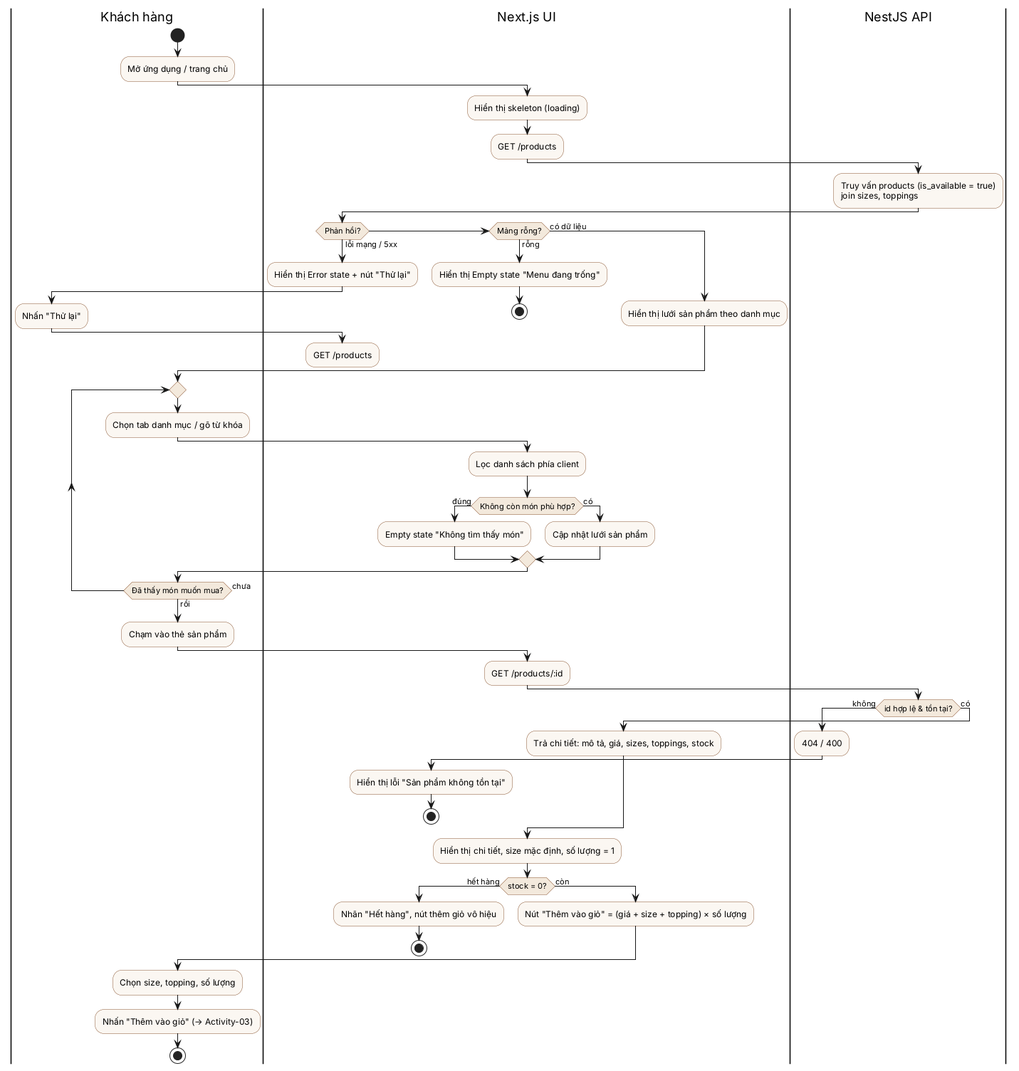
LHTCoder/brewlite keeps this PlantUML diagram as docs/diagrams/activity-menu.png. Above is the earlier version. Its diagram source:
```plantuml
@startuml activity-menu
skinparam ActivityBackgroundColor #FBF7F2
skinparam ActivityBorderColor #8A5733
skinparam ActivityDiamondBackgroundColor #F3E9DC

|Khách hàng|
start
:Mở ứng dụng / trang chủ;
|Next.js UI|
:Hiển thị skeleton (loading);
:GET /products;
|NestJS API|
:Truy vấn products (is_available = true)
join sizes, toppings;
|Next.js UI|
if (Phản hồi?) then (lỗi mạng / 5xx)
  :Hiển thị Error state + nút "Thử lại";
  |Khách hàng|
  :Nhấn "Thử lại";
  |Next.js UI|
  :GET /products;
  detach
elseif (Mảng rỗng?) then (rỗng)
  :Hiển thị Empty state "Menu đang trống";
  stop
else (có dữ liệu)
  :Hiển thị lưới sản phẩm theo danh mục;
endif

|Khách hàng|
repeat
  :Chọn tab danh mục / gõ từ khóa;
  |Next.js UI|
  :Lọc danh sách phía client;
  if (Không còn món phù hợp?) then (đúng)
    :Empty state "Không tìm thấy món";
  else (có)
    :Cập nhật lưới sản phẩm;
  endif
  |Khách hàng|
repeat while (Đã thấy món muốn mua?) is (chưa) not (rồi)

:Chạm vào thẻ sản phẩm;
|Next.js UI|
:GET /products/:id;
|NestJS API|
if (id hợp lệ & tồn tại?) then (không)
  :404 / 400;
  |Next.js UI|
  :Hiển thị lỗi "Sản phẩm không tồn tại";
  stop
else (có)
  :Trả chi tiết: mô tả, giá, sizes, toppings, stock;
endif
|Next.js UI|
:Hiển thị chi tiết, size mặc định, số lượng = 1;
if (stock = 0?) then (hết hàng)
  :Nhãn "Hết hàng", nút thêm giỏ vô hiệu;
  stop
else (còn)
  :Nút "Thêm vào giỏ" = (giá + size + topping) × số lượng;
endif
|Khách hàng|
:Chọn size, topping, số lượng;
:Nhấn "Thêm vào giỏ" (→ Activity-03);
stop
@enduml
```
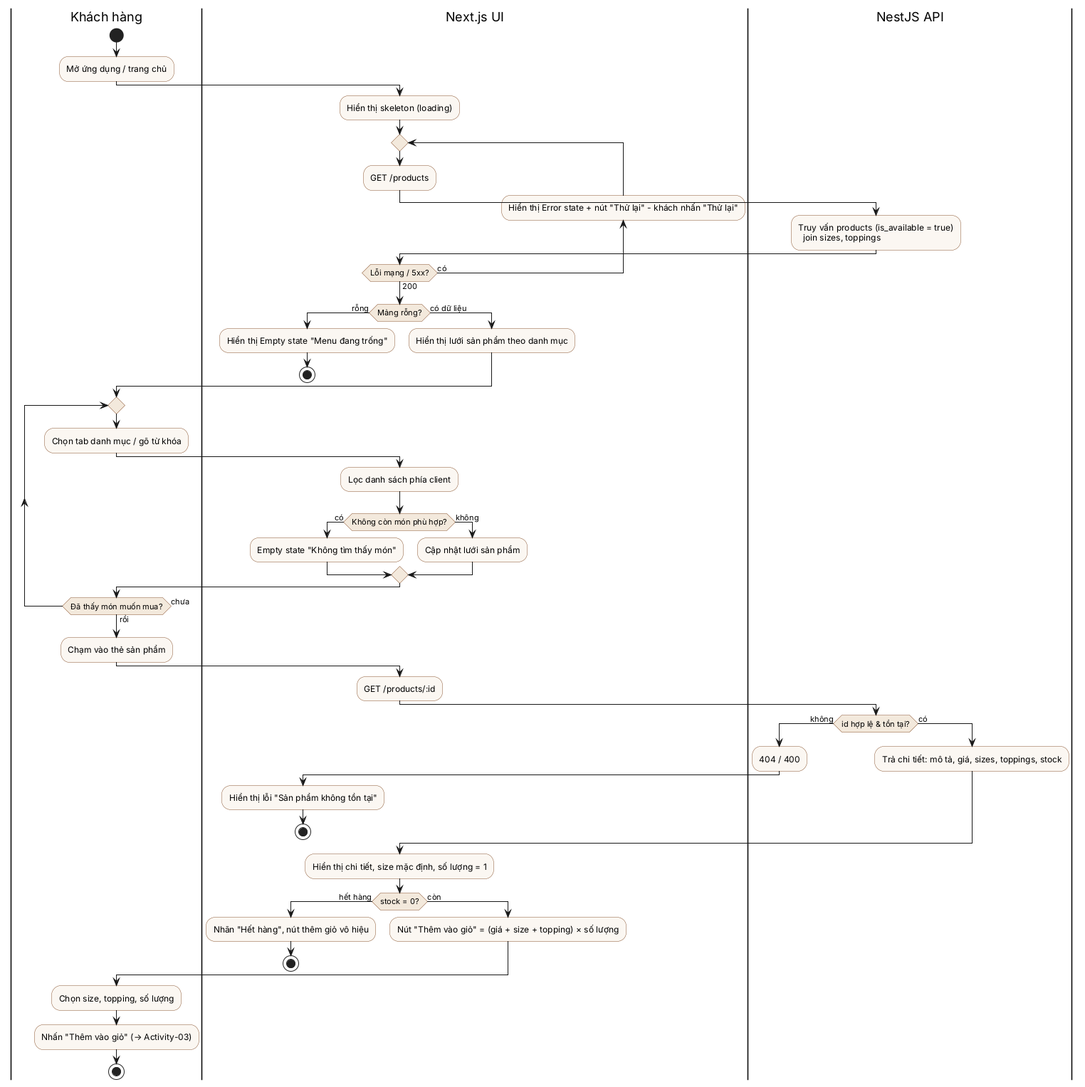
Above is the later version.

Change to the diagram source:
```diff
@@ -2,44 +2,37 @@
 skinparam ActivityBackgroundColor #FBF7F2
 skinparam ActivityBorderColor #8A5733
 skinparam ActivityDiamondBackgroundColor #F3E9DC
-
 |Khách hàng|
 start
 :Mở ứng dụng / trang chủ;
 |Next.js UI|
 :Hiển thị skeleton (loading);
-:GET /products;
-|NestJS API|
-:Truy vấn products (is_available = true)
-join sizes, toppings;
-|Next.js UI|
-if (Phản hồi?) then (lỗi mạng / 5xx)
-  :Hiển thị Error state + nút "Thử lại";
-  |Khách hàng|
-  :Nhấn "Thử lại";
+repeat
+  :GET /products;
+  |NestJS API|
+  :Truy vấn products (is_available = true)
+    join sizes, toppings;
   |Next.js UI|
-  :GET /products;
-  detach
-elseif (Mảng rỗng?) then (rỗng)
+backward :Hiển thị Error state + nút "Thử lại" - khách nhấn "Thử lại";
+repeat while (Lỗi mạng / 5xx?) is (có) not (200)
+if (Mảng rỗng?) then (rỗng)
   :Hiển thị Empty state "Menu đang trống";
   stop
 else (có dữ liệu)
   :Hiển thị lưới sản phẩm theo danh mục;
 endif
-
 |Khách hàng|
 repeat
   :Chọn tab danh mục / gõ từ khóa;
   |Next.js UI|
   :Lọc danh sách phía client;
-  if (Không còn món phù hợp?) then (đúng)
+  if (Không còn món phù hợp?) then (có)
     :Empty state "Không tìm thấy món";
-  else (có)
+  else (không)
     :Cập nhật lưới sản phẩm;
   endif
   |Khách hàng|
 repeat while (Đã thấy món muốn mua?) is (chưa) not (rồi)
-
 :Chạm vào thẻ sản phẩm;
 |Next.js UI|
 :GET /products/:id;
@@ -50,6 +43,7 @@
   :Hiển thị lỗi "Sản phẩm không tồn tại";
   stop
 else (có)
+  |NestJS API|
   :Trả chi tiết: mô tả, giá, sizes, toppings, stock;
 endif
 |Next.js UI|
```
